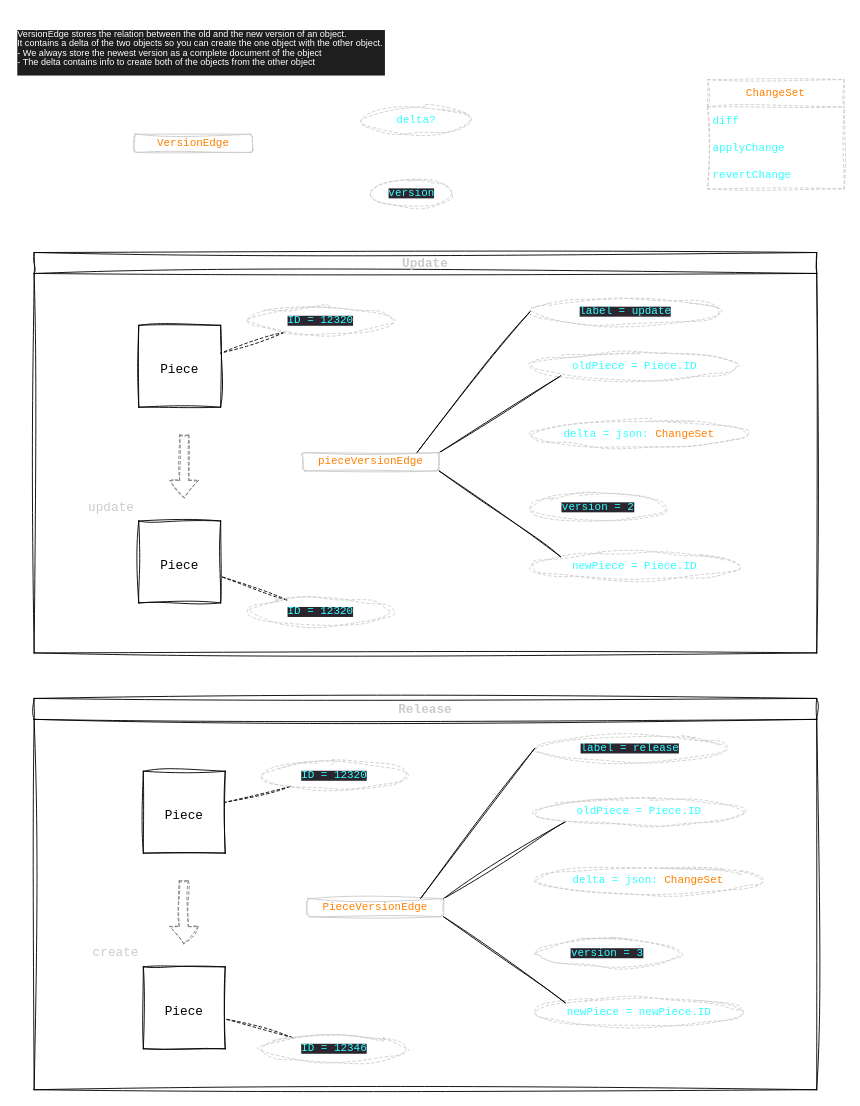
Before: page "VersionEdge" (5 of 5) of model/myint.graphql.api.drawio in tealacademy/myint-graphql-api, a draw.io diagram. Source tidied: cells renumbered, new cells numbered last; positions are measured from the earlier drawing's top-left corner, leaving out a move shared by most shapes. Both pictures are drawn from the tidied source at 91%, with x=0, y=0 at pixel (15, 15).
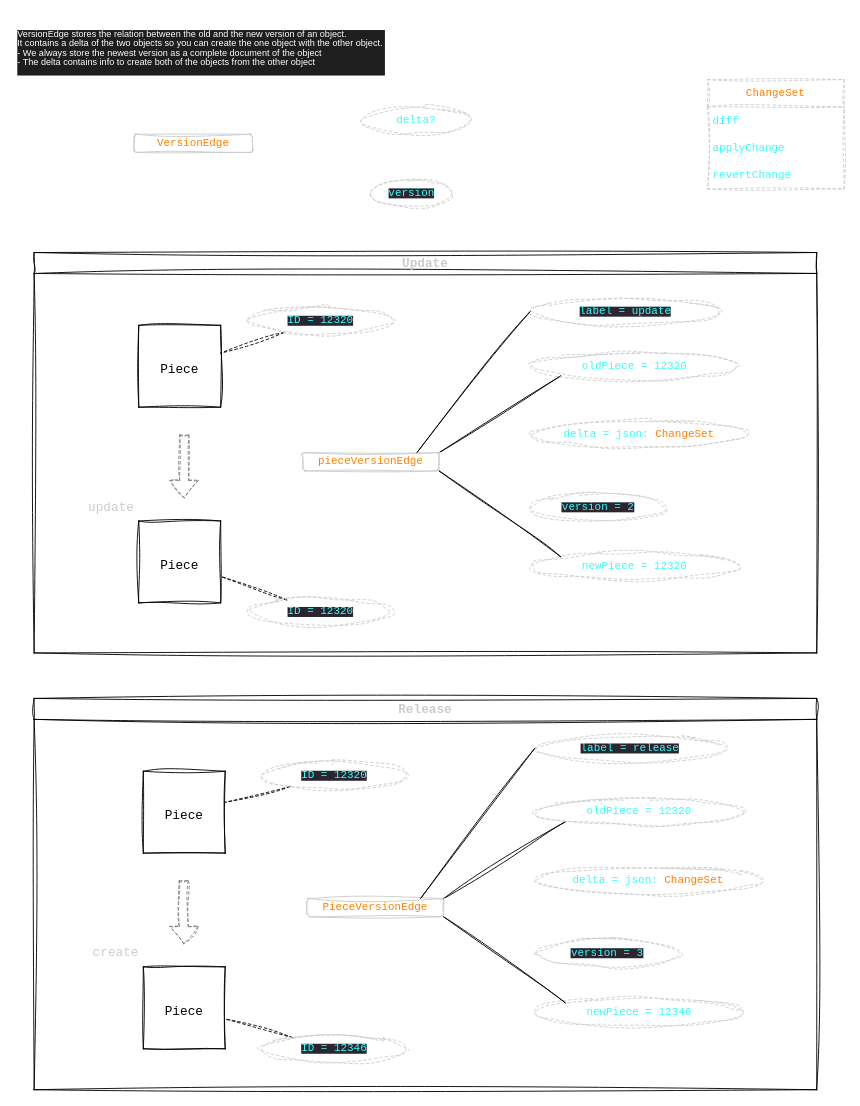
The same diagram, later.

Unchanged cells that the change refers to:
```xml
<mxCell id="13" value="Update" style="swimlane;whiteSpace=wrap;html=1;sketch=1;hachureGap=4;jiggle=2;curveFitting=1;fontFamily=Courier New;fontSize=14;fontColor=#CCCCCC;" parent="1" vertex="1">
  <mxGeometry x="20" y="260" width="860" height="440" as="geometry" />
</mxCell>
<mxCell id="33" value="Release" style="swimlane;whiteSpace=wrap;html=1;sketch=1;hachureGap=4;jiggle=2;curveFitting=1;fontFamily=Courier New;fontSize=14;fontColor=#CCCCCC;" parent="1" vertex="1">
  <mxGeometry x="20" y="750" width="860" height="430" as="geometry" />
</mxCell>
```

Change to the diagram source:
```diff
@@
-    <mxCell id="18" value="&lt;font style=&quot;font-size: 12px;&quot;&gt;oldPiece = Piece.ID&lt;/font&gt;" style="ellipse;whiteSpace=wrap;html=1;glass=0;dashed=1;sketch=1;hachureGap=4;jiggle=2;curveFitting=1;strokeColor=#CCCCCC;fontFamily=Courier New;fontSize=10;fontColor=#33FFFF;fillColor=none;" parent="13" vertex="1">
+    <mxCell id="18" value="&lt;font style=&quot;font-size: 12px;&quot;&gt;oldPiece = 12320&lt;/font&gt;" style="ellipse;whiteSpace=wrap;html=1;glass=0;dashed=1;sketch=1;hachureGap=4;jiggle=2;curveFitting=1;strokeColor=#CCCCCC;fontFamily=Courier New;fontSize=10;fontColor=#33FFFF;fillColor=none;" parent="13" vertex="1">
       <mxGeometry x="545" y="110" width="230" height="30" as="geometry" />
     </mxCell>
-    <mxCell id="19" value="&lt;font style=&quot;font-size: 12px;&quot;&gt;newPiece = Piece.ID&lt;/font&gt;" style="ellipse;whiteSpace=wrap;html=1;glass=0;dashed=1;sketch=1;hachureGap=4;jiggle=2;curveFitting=1;strokeColor=#CCCCCC;fontFamily=Courier New;fontSize=10;fontColor=#33FFFF;fillColor=none;" parent="13" vertex="1">
+    <mxCell id="19" value="&lt;font style=&quot;font-size: 12px;&quot;&gt;newPiece = 12320&lt;/font&gt;" style="ellipse;whiteSpace=wrap;html=1;glass=0;dashed=1;sketch=1;hachureGap=4;jiggle=2;curveFitting=1;strokeColor=#CCCCCC;fontFamily=Courier New;fontSize=10;fontColor=#33FFFF;fillColor=none;" parent="13" vertex="1">
       <mxGeometry x="545" y="330" width="230" height="30" as="geometry" />
     </mxCell>
@@
-    <mxCell id="38" value="&lt;font style=&quot;font-size: 12px;&quot;&gt;oldPiece = Piece.ID&lt;/font&gt;" style="ellipse;whiteSpace=wrap;html=1;glass=0;dashed=1;sketch=1;hachureGap=4;jiggle=2;curveFitting=1;strokeColor=#CCCCCC;fontFamily=Courier New;fontSize=10;fontColor=#33FFFF;fillColor=none;" parent="33" vertex="1">
+    <mxCell id="38" value="&lt;font style=&quot;font-size: 12px;&quot;&gt;oldPiece = 12320&lt;/font&gt;" style="ellipse;whiteSpace=wrap;html=1;glass=0;dashed=1;sketch=1;hachureGap=4;jiggle=2;curveFitting=1;strokeColor=#CCCCCC;fontFamily=Courier New;fontSize=10;fontColor=#33FFFF;fillColor=none;" parent="33" vertex="1">
       <mxGeometry x="550" y="110" width="230" height="30" as="geometry" />
     </mxCell>
-    <mxCell id="39" value="&lt;font style=&quot;font-size: 12px;&quot;&gt;newPiece = newPiece.ID&lt;/font&gt;" style="ellipse;whiteSpace=wrap;html=1;glass=0;dashed=1;sketch=1;hachureGap=4;jiggle=2;curveFitting=1;strokeColor=#CCCCCC;fontFamily=Courier New;fontSize=10;fontColor=#33FFFF;fillColor=none;" parent="33" vertex="1">
+    <mxCell id="39" value="&lt;font style=&quot;font-size: 12px;&quot;&gt;newPiece = 12346&lt;/font&gt;" style="ellipse;whiteSpace=wrap;html=1;glass=0;dashed=1;sketch=1;hachureGap=4;jiggle=2;curveFitting=1;strokeColor=#CCCCCC;fontFamily=Courier New;fontSize=10;fontColor=#33FFFF;fillColor=none;" parent="33" vertex="1">
       <mxGeometry x="550" y="330" width="230" height="30" as="geometry" />
     </mxCell>
```
